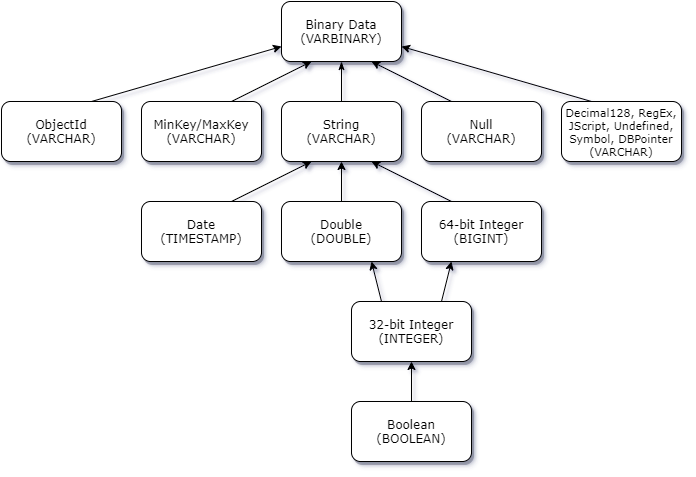
Earlier version of the draw.io export images/ScalarDataTypePromotion-transparent.png (aws/amazon-documentdb-jdbc-driver). Source tidied: cells renumbered, new cells last; positions are measured from the earlier drawing's top-left corner, leaving out a move shared by most shapes. Source of this version:
```xml
<mxGraphModel background="#ffffff">
  <root>
    <mxCell id="0" />
    <mxCell id="1" parent="0" />
    <mxCell id="2" value="Binary Data&lt;br&gt;(VARBINARY)" style="whiteSpace=wrap;html=1;rounded=1;shadow=1;labelBackgroundColor=none;strokeWidth=1;fontFamily=Verdana;fontSize=12;align=center;" parent="1" vertex="1">
      <mxGeometry x="280" width="120" height="60" as="geometry" />
    </mxCell>
    <mxCell id="3" value="String&lt;br&gt;(VARCHAR)" style="whiteSpace=wrap;html=1;rounded=1;shadow=1;labelBackgroundColor=none;strokeWidth=1;fontFamily=Verdana;fontSize=12;align=center;" parent="1" vertex="1">
      <mxGeometry x="280" y="100" width="120" height="60" as="geometry" />
    </mxCell>
    <mxCell id="4" style="rounded=0;html=1;labelBackgroundColor=none;startArrow=classicThin;startFill=1;endArrow=none;endFill=0;jettySize=auto;strokeWidth=1;fontFamily=Verdana;fontSize=12;entryX=0.5;entryY=0;entryDx=0;entryDy=0;" parent="1" edge="1" source="2" target="3">
      <mxGeometry x="-0.36" y="-11" relative="1" as="geometry" />
    </mxCell>
    <mxCell id="5" value="ObjectId&lt;br&gt;(VARCHAR)" style="whiteSpace=wrap;html=1;rounded=1;shadow=1;labelBackgroundColor=none;strokeWidth=1;fontFamily=Verdana;fontSize=12;align=center;" parent="1" vertex="1">
      <mxGeometry y="100" width="120" height="60" as="geometry" />
    </mxCell>
    <mxCell id="6" value="Date&lt;br&gt;(TIMESTAMP)" style="whiteSpace=wrap;html=1;rounded=1;shadow=1;labelBackgroundColor=none;strokeWidth=1;fontFamily=Verdana;fontSize=12;align=center;" parent="1" vertex="1">
      <mxGeometry x="140" y="200" width="120" height="60" as="geometry" />
    </mxCell>
    <mxCell id="7" style="endArrow=classic;html=1;exitX=0.75;exitY=0;exitDx=0;exitDy=0;entryX=0;entryY=0.75;entryDx=0;entryDy=0;" parent="1" edge="1" source="5" target="2">
      <mxGeometry relative="1" as="geometry" />
    </mxCell>
    <mxCell id="8" style="endArrow=classic;html=1;exitX=0.75;exitY=0;exitDx=0;exitDy=0;entryX=0.25;entryY=1;entryDx=0;entryDy=0;" parent="1" edge="1" source="6" target="3">
      <mxGeometry relative="1" as="geometry" />
    </mxCell>
    <mxCell id="9" value="MinKey/MaxKey&lt;br&gt;(VARCHAR)" style="whiteSpace=wrap;html=1;rounded=1;shadow=1;labelBackgroundColor=none;strokeWidth=1;fontFamily=Verdana;fontSize=12;align=center;" parent="1" vertex="1">
      <mxGeometry x="140" y="100" width="120" height="60" as="geometry" />
    </mxCell>
    <mxCell id="10" style="endArrow=classic;html=1;entryX=0.25;entryY=1;entryDx=0;entryDy=0;exitX=0.75;exitY=0;exitDx=0;exitDy=0;" parent="1" edge="1" source="9" target="2">
      <mxGeometry relative="1" as="geometry" />
    </mxCell>
    <mxCell id="11" value="Double&lt;br&gt;(DOUBLE)" style="whiteSpace=wrap;html=1;rounded=1;shadow=1;labelBackgroundColor=none;strokeWidth=1;fontFamily=Verdana;fontSize=12;align=center;" parent="1" vertex="1">
      <mxGeometry x="280" y="200" width="120" height="60" as="geometry" />
    </mxCell>
    <mxCell id="12" value="64-bit Integer&lt;br&gt;(BIGINT)" style="whiteSpace=wrap;html=1;rounded=1;shadow=1;labelBackgroundColor=none;strokeWidth=1;fontFamily=Verdana;fontSize=12;align=center;" parent="1" vertex="1">
      <mxGeometry x="420" y="200" width="120" height="60" as="geometry" />
    </mxCell>
    <mxCell id="13" value="32-bit Integer&lt;br&gt;(INTEGER)" style="whiteSpace=wrap;html=1;rounded=1;shadow=1;labelBackgroundColor=none;strokeWidth=1;fontFamily=Verdana;fontSize=12;align=center;" parent="1" vertex="1">
      <mxGeometry x="350" y="300" width="120" height="60" as="geometry" />
    </mxCell>
    <mxCell id="14" style="endArrow=classic;html=1;exitX=0.75;exitY=0;exitDx=0;exitDy=0;entryX=0.25;entryY=1;entryDx=0;entryDy=0;" parent="1" edge="1" source="13" target="12">
      <mxGeometry relative="1" as="geometry" />
    </mxCell>
    <mxCell id="15" style="endArrow=classic;html=1;exitX=0.25;exitY=0;exitDx=0;exitDy=0;entryX=0.75;entryY=1;entryDx=0;entryDy=0;" parent="1" edge="1" source="13" target="11">
      <mxGeometry relative="1" as="geometry" />
    </mxCell>
    <mxCell id="16" style="endArrow=classic;html=1;exitX=0.5;exitY=0;exitDx=0;exitDy=0;entryX=0.5;entryY=1;entryDx=0;entryDy=0;" parent="1" edge="1" source="11" target="3">
      <mxGeometry relative="1" as="geometry" />
    </mxCell>
    <mxCell id="17" style="endArrow=classic;html=1;exitX=0.25;exitY=0;exitDx=0;exitDy=0;entryX=0.75;entryY=1;entryDx=0;entryDy=0;" parent="1" edge="1" source="12" target="3">
      <mxGeometry relative="1" as="geometry" />
    </mxCell>
    <mxCell id="18" value="Boolean&lt;br&gt;(BOOLEAN)" style="whiteSpace=wrap;html=1;rounded=1;shadow=1;labelBackgroundColor=none;strokeWidth=1;fontFamily=Verdana;fontSize=12;align=center;" parent="1" vertex="1">
      <mxGeometry x="350" y="400" width="120" height="60" as="geometry" />
    </mxCell>
    <mxCell id="19" style="endArrow=classic;html=1;exitX=0.5;exitY=0;exitDx=0;exitDy=0;entryX=0.5;entryY=1;entryDx=0;entryDy=0;" parent="1" edge="1" source="18" target="13">
      <mxGeometry relative="1" as="geometry" />
    </mxCell>
    <mxCell id="20" value="Null&lt;br&gt;(VARCHAR)" style="whiteSpace=wrap;html=1;rounded=1;shadow=1;labelBackgroundColor=none;strokeWidth=1;fontFamily=Verdana;fontSize=12;align=center;" parent="1" vertex="1">
      <mxGeometry x="420" y="100" width="120" height="60" as="geometry" />
    </mxCell>
    <mxCell id="21" style="endArrow=classic;html=1;exitX=0.25;exitY=0;exitDx=0;exitDy=0;entryX=0.75;entryY=1;entryDx=0;entryDy=0;" parent="1" edge="1" source="20" target="2">
      <mxGeometry relative="1" as="geometry" />
    </mxCell>
    <mxCell id="22" value="Decimal128, RegEx, JScript, Undefined, Symbol, DBPointer&lt;br style=&quot;font-size: 11px;&quot;&gt;(VARCHAR)" style="whiteSpace=wrap;html=1;rounded=1;shadow=1;labelBackgroundColor=none;strokeWidth=1;fontFamily=Verdana;fontSize=11;align=center;" parent="1" vertex="1">
      <mxGeometry x="560" y="100" width="120" height="60" as="geometry" />
    </mxCell>
    <mxCell id="23" style="endArrow=classic;html=1;fontSize=11;exitX=0.25;exitY=0;exitDx=0;exitDy=0;entryX=1;entryY=0.75;entryDx=0;entryDy=0;" parent="1" edge="1" source="22" target="2">
      <mxGeometry relative="1" as="geometry" />
    </mxCell>
  </root>
</mxGraphModel>
```
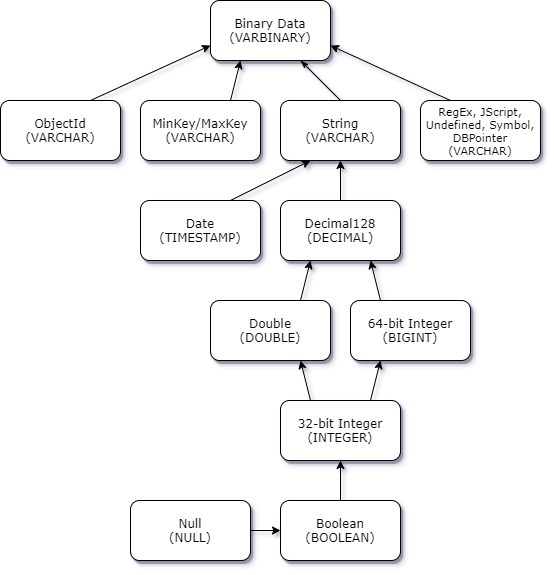
Above is the later version.

Commit message:
FIX: Correct metadata schema inconsistencies between documentation and code. (#38)

The edit, as a diff of the source:
```diff
@@ -6,16 +6,16 @@
       <mxGeometry x="280" width="120" height="60" as="geometry" />
     </mxCell>
     <mxCell id="3" value="String&lt;br&gt;(VARCHAR)" style="whiteSpace=wrap;html=1;rounded=1;shadow=1;labelBackgroundColor=none;strokeWidth=1;fontFamily=Verdana;fontSize=12;align=center;" parent="1" vertex="1">
-      <mxGeometry x="280" y="100" width="120" height="60" as="geometry" />
+      <mxGeometry x="350" y="100" width="120" height="60" as="geometry" />
     </mxCell>
     <mxCell id="4" style="rounded=0;html=1;labelBackgroundColor=none;startArrow=classicThin;startFill=1;endArrow=none;endFill=0;jettySize=auto;strokeWidth=1;fontFamily=Verdana;fontSize=12;entryX=0.5;entryY=0;entryDx=0;entryDy=0;" parent="1" edge="1" source="2" target="3">
       <mxGeometry x="-0.36" y="-11" relative="1" as="geometry" />
     </mxCell>
     <mxCell id="5" value="ObjectId&lt;br&gt;(VARCHAR)" style="whiteSpace=wrap;html=1;rounded=1;shadow=1;labelBackgroundColor=none;strokeWidth=1;fontFamily=Verdana;fontSize=12;align=center;" parent="1" vertex="1">
-      <mxGeometry y="100" width="120" height="60" as="geometry" />
+      <mxGeometry x="70" y="100" width="120" height="60" as="geometry" />
     </mxCell>
     <mxCell id="6" value="Date&lt;br&gt;(TIMESTAMP)" style="whiteSpace=wrap;html=1;rounded=1;shadow=1;labelBackgroundColor=none;strokeWidth=1;fontFamily=Verdana;fontSize=12;align=center;" parent="1" vertex="1">
-      <mxGeometry x="140" y="200" width="120" height="60" as="geometry" />
+      <mxGeometry x="210" y="200" width="120" height="60" as="geometry" />
     </mxCell>
     <mxCell id="7" style="endArrow=classic;html=1;exitX=0.75;exitY=0;exitDx=0;exitDy=0;entryX=0;entryY=0.75;entryDx=0;entryDy=0;" parent="1" edge="1" source="5" target="2">
       <mxGeometry relative="1" as="geometry" />
@@ -24,19 +24,19 @@
       <mxGeometry relative="1" as="geometry" />
     </mxCell>
     <mxCell id="9" value="MinKey/MaxKey&lt;br&gt;(VARCHAR)" style="whiteSpace=wrap;html=1;rounded=1;shadow=1;labelBackgroundColor=none;strokeWidth=1;fontFamily=Verdana;fontSize=12;align=center;" parent="1" vertex="1">
-      <mxGeometry x="140" y="100" width="120" height="60" as="geometry" />
+      <mxGeometry x="210" y="100" width="120" height="60" as="geometry" />
     </mxCell>
     <mxCell id="10" style="endArrow=classic;html=1;entryX=0.25;entryY=1;entryDx=0;entryDy=0;exitX=0.75;exitY=0;exitDx=0;exitDy=0;" parent="1" edge="1" source="9" target="2">
       <mxGeometry relative="1" as="geometry" />
     </mxCell>
     <mxCell id="11" value="Double&lt;br&gt;(DOUBLE)" style="whiteSpace=wrap;html=1;rounded=1;shadow=1;labelBackgroundColor=none;strokeWidth=1;fontFamily=Verdana;fontSize=12;align=center;" parent="1" vertex="1">
-      <mxGeometry x="280" y="200" width="120" height="60" as="geometry" />
+      <mxGeometry x="280" y="300" width="120" height="60" as="geometry" />
     </mxCell>
     <mxCell id="12" value="64-bit Integer&lt;br&gt;(BIGINT)" style="whiteSpace=wrap;html=1;rounded=1;shadow=1;labelBackgroundColor=none;strokeWidth=1;fontFamily=Verdana;fontSize=12;align=center;" parent="1" vertex="1">
-      <mxGeometry x="420" y="200" width="120" height="60" as="geometry" />
+      <mxGeometry x="420" y="300" width="120" height="60" as="geometry" />
     </mxCell>
     <mxCell id="13" value="32-bit Integer&lt;br&gt;(INTEGER)" style="whiteSpace=wrap;html=1;rounded=1;shadow=1;labelBackgroundColor=none;strokeWidth=1;fontFamily=Verdana;fontSize=12;align=center;" parent="1" vertex="1">
-      <mxGeometry x="350" y="300" width="120" height="60" as="geometry" />
+      <mxGeometry x="350" y="400" width="120" height="60" as="geometry" />
     </mxCell>
     <mxCell id="14" style="endArrow=classic;html=1;exitX=0.75;exitY=0;exitDx=0;exitDy=0;entryX=0.25;entryY=1;entryDx=0;entryDy=0;" parent="1" edge="1" source="13" target="12">
       <mxGeometry relative="1" as="geometry" />
@@ -44,29 +44,35 @@
     <mxCell id="15" style="endArrow=classic;html=1;exitX=0.25;exitY=0;exitDx=0;exitDy=0;entryX=0.75;entryY=1;entryDx=0;entryDy=0;" parent="1" edge="1" source="13" target="11">
       <mxGeometry relative="1" as="geometry" />
     </mxCell>
-    <mxCell id="16" style="endArrow=classic;html=1;exitX=0.5;exitY=0;exitDx=0;exitDy=0;entryX=0.5;entryY=1;entryDx=0;entryDy=0;" parent="1" edge="1" source="11" target="3">
+    <mxCell id="16" style="endArrow=classic;html=1;exitX=0.75;exitY=0;exitDx=0;exitDy=0;entryX=0.25;entryY=1;entryDx=0;entryDy=0;" parent="1" edge="1" source="11" target="27">
       <mxGeometry relative="1" as="geometry" />
     </mxCell>
-    <mxCell id="17" style="endArrow=classic;html=1;exitX=0.25;exitY=0;exitDx=0;exitDy=0;entryX=0.75;entryY=1;entryDx=0;entryDy=0;" parent="1" edge="1" source="12" target="3">
+    <mxCell id="17" style="endArrow=classic;html=1;exitX=0.25;exitY=0;exitDx=0;exitDy=0;entryX=0.75;entryY=1;entryDx=0;entryDy=0;" parent="1" edge="1" source="12" target="27">
       <mxGeometry relative="1" as="geometry" />
     </mxCell>
     <mxCell id="18" value="Boolean&lt;br&gt;(BOOLEAN)" style="whiteSpace=wrap;html=1;rounded=1;shadow=1;labelBackgroundColor=none;strokeWidth=1;fontFamily=Verdana;fontSize=12;align=center;" parent="1" vertex="1">
-      <mxGeometry x="350" y="400" width="120" height="60" as="geometry" />
+      <mxGeometry x="350" y="500" width="120" height="60" as="geometry" />
     </mxCell>
     <mxCell id="19" style="endArrow=classic;html=1;exitX=0.5;exitY=0;exitDx=0;exitDy=0;entryX=0.5;entryY=1;entryDx=0;entryDy=0;" parent="1" edge="1" source="18" target="13">
       <mxGeometry relative="1" as="geometry" />
     </mxCell>
-    <mxCell id="20" value="Null&lt;br&gt;(VARCHAR)" style="whiteSpace=wrap;html=1;rounded=1;shadow=1;labelBackgroundColor=none;strokeWidth=1;fontFamily=Verdana;fontSize=12;align=center;" parent="1" vertex="1">
-      <mxGeometry x="420" y="100" width="120" height="60" as="geometry" />
-    </mxCell>
-    <mxCell id="21" style="endArrow=classic;html=1;exitX=0.25;exitY=0;exitDx=0;exitDy=0;entryX=0.75;entryY=1;entryDx=0;entryDy=0;" parent="1" edge="1" source="20" target="2">
-      <mxGeometry relative="1" as="geometry" />
-    </mxCell>
-    <mxCell id="22" value="Decimal128, RegEx, JScript, Undefined, Symbol, DBPointer&lt;br style=&quot;font-size: 11px;&quot;&gt;(VARCHAR)" style="whiteSpace=wrap;html=1;rounded=1;shadow=1;labelBackgroundColor=none;strokeWidth=1;fontFamily=Verdana;fontSize=11;align=center;" parent="1" vertex="1">
-      <mxGeometry x="560" y="100" width="120" height="60" as="geometry" />
+    <mxCell id="22" value="RegEx, JScript, Undefined, Symbol, DBPointer&lt;br style=&quot;font-size: 11px&quot;&gt;(VARCHAR)" style="whiteSpace=wrap;html=1;rounded=1;shadow=1;labelBackgroundColor=none;strokeWidth=1;fontFamily=Verdana;fontSize=11;align=center;" parent="1" vertex="1">
+      <mxGeometry x="490" y="100" width="120" height="60" as="geometry" />
     </mxCell>
     <mxCell id="23" style="endArrow=classic;html=1;fontSize=11;exitX=0.25;exitY=0;exitDx=0;exitDy=0;entryX=1;entryY=0.75;entryDx=0;entryDy=0;" parent="1" edge="1" source="22" target="2">
       <mxGeometry relative="1" as="geometry" />
     </mxCell>
+    <mxCell id="24" value="Null&lt;br&gt;(NULL)" style="whiteSpace=wrap;html=1;rounded=1;shadow=1;labelBackgroundColor=none;strokeWidth=1;fontFamily=Verdana;fontSize=12;align=center;" parent="1" vertex="1">
+      <mxGeometry x="200" y="500" width="120" height="60" as="geometry" />
+    </mxCell>
+    <mxCell id="25" style="endArrow=classic;html=1;exitX=1;exitY=0.5;exitDx=0;exitDy=0;entryX=0;entryY=0.5;entryDx=0;entryDy=0;" parent="1" edge="1" source="24" target="18">
+      <mxGeometry relative="1" as="geometry" />
+    </mxCell>
+    <mxCell id="26" style="edgeStyle=orthogonalEdgeStyle;rounded=0;jettySize=auto;html=1;exitX=0.5;exitY=0;exitDx=0;exitDy=0;entryX=0.5;entryY=1;entryDx=0;entryDy=0;" parent="1" edge="1" source="27" target="3">
+      <mxGeometry relative="1" as="geometry" />
+    </mxCell>
+    <mxCell id="27" value="&lt;font style=&quot;font-size: 12px&quot;&gt;Decimal128&lt;br&gt;(DECIMAL)&lt;/font&gt;" style="whiteSpace=wrap;html=1;rounded=1;shadow=1;labelBackgroundColor=none;strokeWidth=1;fontFamily=Verdana;fontSize=11;align=center;" parent="1" vertex="1">
+      <mxGeometry x="350" y="200" width="120" height="60" as="geometry" />
+    </mxCell>
   </root>
 </mxGraphModel>
```
